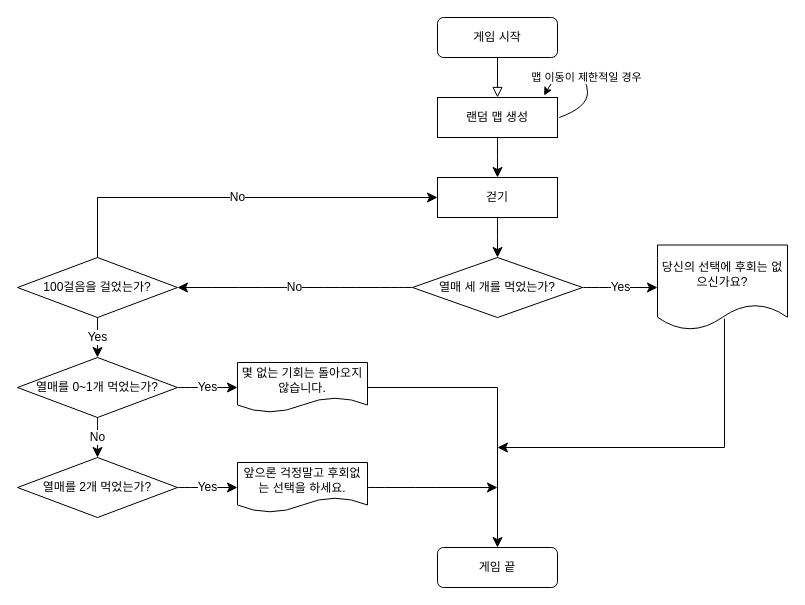
2jaeyoung2/Life-a-maze keeps this draw.io diagram as 인생미로.drawio. Above is the earlier version. Source tidied: cells renumbered, new cells numbered last; positions are measured from the earlier drawing's top-left corner, leaving out a move shared by most shapes. Both pictures are drawn from the tidied source at 100%, with x=0, y=0 at pixel (17, 17).
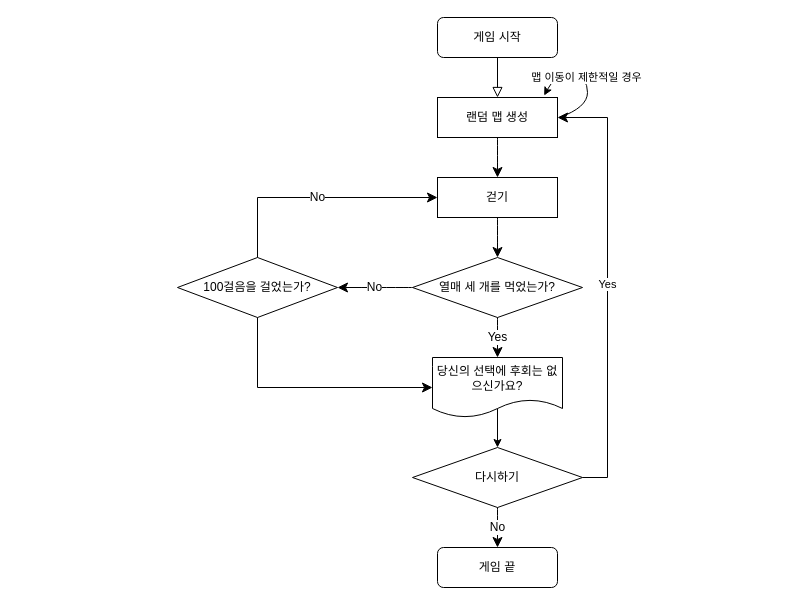
The same diagram, later.

Commit message:
[Fix]진행순서도 수정

Unchanged cells that the change refers to:
```xml
<mxCell id="4" value="랜덤 맵 생성" style="rounded=0;whiteSpace=wrap;html=1;" parent="1" vertex="1">
  <mxGeometry x="420" y="80" width="120" height="40" as="geometry" />
</mxCell>
<mxCell id="6" value="열매 세 개를 먹었는가?" style="rhombus;whiteSpace=wrap;html=1;" parent="1" vertex="1">
  <mxGeometry x="395" y="240" width="170" height="60" as="geometry" />
</mxCell>
<mxCell id="9" value="걷기" style="rounded=0;whiteSpace=wrap;html=1;" parent="1" vertex="1">
  <mxGeometry x="420" y="160" width="120" height="40" as="geometry" />
</mxCell>
```

The edit, as a diff of the source:
```diff
@@
     <mxCell id="5" value="100걸음을 걸었는가?" style="rhombus;whiteSpace=wrap;html=1;" parent="1" vertex="1">
-      <mxGeometry y="240" width="160" height="60" as="geometry" />
+      <mxGeometry x="160" y="240" width="160" height="60" as="geometry" />
     </mxCell>
@@
     <mxCell id="11" value="No" style="edgeStyle=segmentEdgeStyle;endArrow=classic;html=1;curved=0;rounded=0;endSize=8;startSize=8;fontSize=12;exitX=0.5;exitY=0;exitDx=0;exitDy=0;entryX=0;entryY=0.5;entryDx=0;entryDy=0;" parent="1" edge="1" source="5" target="9">
       <mxGeometry relative="1" as="geometry">
         <Array as="points">
-          <mxPoint x="80" y="180" />
+          <mxPoint x="240" y="180" />
         </Array>
       </mxGeometry>
     </mxCell>
@@
-    <mxCell id="13" value="몇 없는 기회는 돌아오지 않습니다." style="shape=document;whiteSpace=wrap;html=1;boundedLbl=1;" parent="1" vertex="1">
-      <mxGeometry x="220" y="345" width="130" height="50" as="geometry" />
-    </mxCell>
-    <mxCell id="14" value="열매를 0~1개 먹었는가?" style="rhombus;whiteSpace=wrap;html=1;" parent="1" vertex="1">
-      <mxGeometry y="340" width="160" height="60" as="geometry" />
-    </mxCell>
-    <mxCell id="15" value="Yes" style="endArrow=classic;html=1;rounded=0;fontSize=12;startSize=8;endSize=8;curved=1;exitX=0.5;exitY=1;exitDx=0;exitDy=0;" parent="1" edge="1" source="5" target="14">
-      <mxGeometry relative="1" as="geometry" />
-    </mxCell>
-    <mxCell id="16" value="Yes" style="endArrow=classic;html=1;rounded=0;fontSize=12;startSize=8;endSize=8;curved=1;exitX=1;exitY=0.5;exitDx=0;exitDy=0;" parent="1" edge="1" source="14" target="13">
-      <mxGeometry relative="1" as="geometry" />
-    </mxCell>
-    <mxCell id="17" style="edgeStyle=none;curved=1;rounded=0;orthogonalLoop=1;jettySize=auto;html=1;entryX=0;entryY=0.5;entryDx=0;entryDy=0;fontSize=12;startSize=8;endSize=8;" parent="1" edge="1" source="13" target="13">
-      <mxGeometry relative="1" as="geometry" />
-    </mxCell>
-    <mxCell id="18" value="열매를 2개 먹었는가?" style="rhombus;whiteSpace=wrap;html=1;" parent="1" vertex="1">
-      <mxGeometry y="440" width="160" height="60" as="geometry" />
-    </mxCell>
-    <mxCell id="19" value="No" style="endArrow=classic;html=1;rounded=0;fontSize=12;startSize=8;endSize=8;curved=1;exitX=0.5;exitY=1;exitDx=0;exitDy=0;" parent="1" edge="1" source="14" target="18">
-      <mxGeometry relative="1" as="geometry" />
-    </mxCell>
-    <mxCell id="20" value="앞으론 걱정말고 후회없는 선택을 하세요." style="shape=document;whiteSpace=wrap;html=1;boundedLbl=1;" parent="1" vertex="1">
-      <mxGeometry x="220" y="445" width="130" height="50" as="geometry" />
-    </mxCell>
-    <mxCell id="21" value="Yes" style="endArrow=classic;html=1;rounded=0;fontSize=12;startSize=8;endSize=8;curved=1;exitX=1;exitY=0.5;exitDx=0;exitDy=0;entryX=0;entryY=0.5;entryDx=0;entryDy=0;" parent="1" edge="1" source="18" target="20">
-      <mxGeometry relative="1" as="geometry" />
-    </mxCell>
-    <mxCell id="22" style="edgeStyle=none;curved=1;rounded=0;orthogonalLoop=1;jettySize=auto;html=1;entryX=0;entryY=0.5;entryDx=0;entryDy=0;fontSize=12;startSize=8;endSize=8;" parent="1" edge="1" source="20" target="20">
-      <mxGeometry relative="1" as="geometry" />
-    </mxCell>
-    <mxCell id="23" style="edgeStyle=segmentEdgeStyle;endArrow=classic;html=1;curved=0;rounded=0;endSize=8;startSize=8;fontSize=12;exitX=1;exitY=0.5;exitDx=0;exitDy=0;" parent="1" edge="1" source="13">
-      <mxGeometry relative="1" as="geometry">
-        <mxPoint x="480" y="530" as="targetPoint" />
-      </mxGeometry>
-    </mxCell>
     <mxCell id="24" value="당신의 선택에 후회는 없으신가요?" style="shape=document;whiteSpace=wrap;html=1;boundedLbl=1;" parent="1" vertex="1">
-      <mxGeometry x="640" y="227.5" width="130" height="85" as="geometry" />
+      <mxGeometry x="415" y="340" width="130" height="60" as="geometry" />
     </mxCell>
-    <mxCell id="25" value="Yes" style="endArrow=classic;html=1;rounded=0;fontSize=12;startSize=8;endSize=8;curved=1;exitX=1;exitY=0.5;exitDx=0;exitDy=0;entryX=0;entryY=0.5;entryDx=0;entryDy=0;" parent="1" edge="1" source="6" target="24">
+    <mxCell id="25" value="Yes" style="endArrow=classic;html=1;rounded=0;fontSize=12;startSize=8;endSize=8;curved=1;exitX=0.5;exitY=1;exitDx=0;exitDy=0;entryX=0.5;entryY=0;entryDx=0;entryDy=0;" parent="1" edge="1" source="6" target="24">
       <mxGeometry relative="1" as="geometry" />
     </mxCell>
-    <mxCell id="26" style="endArrow=classic;html=1;rounded=0;fontSize=12;startSize=8;endSize=8;curved=1;exitX=1;exitY=0.5;exitDx=0;exitDy=0;" parent="1" edge="1" source="20">
-      <mxGeometry relative="1" as="geometry">
-        <mxPoint x="480" y="470" as="targetPoint" />
-      </mxGeometry>
-    </mxCell>
-    <mxCell id="27" style="edgeStyle=segmentEdgeStyle;endArrow=classic;html=1;curved=0;rounded=0;endSize=8;startSize=8;fontSize=12;exitX=0.515;exitY=0.865;exitDx=0;exitDy=0;exitPerimeter=0;" parent="1" edge="1" source="24">
-      <mxGeometry relative="1" as="geometry">
-        <mxPoint x="480" y="430" as="targetPoint" />
-        <Array as="points">
-          <mxPoint x="707" y="430" />
-        </Array>
-      </mxGeometry>
-    </mxCell>
@@
+    <mxCell id="29" style="edgeStyle=elbowEdgeStyle;elbow=horizontal;endArrow=classic;html=1;curved=0;rounded=0;endSize=8;startSize=8;exitX=0.5;exitY=1;exitDx=0;exitDy=0;entryX=0;entryY=0.5;entryDx=0;entryDy=0;" parent="1" edge="1" source="5" target="24">
+      <mxGeometry relative="1" as="geometry">
+        <Array as="points">
+          <mxPoint x="240" y="350" />
+        </Array>
+      </mxGeometry>
+    </mxCell>
+    <mxCell id="30" value="다시하기" style="rhombus;whiteSpace=wrap;html=1;" parent="1" vertex="1">
+      <mxGeometry x="395" y="430" width="170" height="60" as="geometry" />
+    </mxCell>
+    <mxCell id="31" style="endArrow=classic;html=1;rounded=0;entryX=0.5;entryY=0;entryDx=0;entryDy=0;exitX=0.5;exitY=0.851;exitDx=0;exitDy=0;exitPerimeter=0;" parent="1" edge="1" source="24" target="30">
+      <mxGeometry relative="1" as="geometry" />
+    </mxCell>
+    <mxCell id="32" value="Yes" style="edgeStyle=elbowEdgeStyle;elbow=vertical;endArrow=classic;html=1;curved=0;rounded=0;endSize=8;startSize=8;exitX=1;exitY=0.5;exitDx=0;exitDy=0;entryX=1;entryY=0.5;entryDx=0;entryDy=0;" parent="1" edge="1" source="30" target="4">
+      <mxGeometry relative="1" as="geometry">
+        <Array as="points">
+          <mxPoint x="590" y="300" />
+        </Array>
+      </mxGeometry>
+    </mxCell>
+    <mxCell id="19" value="No" style="edgeStyle=none;curved=1;rounded=0;orthogonalLoop=1;jettySize=auto;html=1;entryX=0.5;entryY=0;entryDx=0;entryDy=0;fontSize=12;startSize=8;endSize=8;" parent="1" edge="1">
+      <mxGeometry relative="1" as="geometry">
+        <mxPoint x="480" y="490" as="sourcePoint" />
+        <mxPoint x="480" y="530" as="targetPoint" />
+      </mxGeometry>
+    </mxCell>
```
